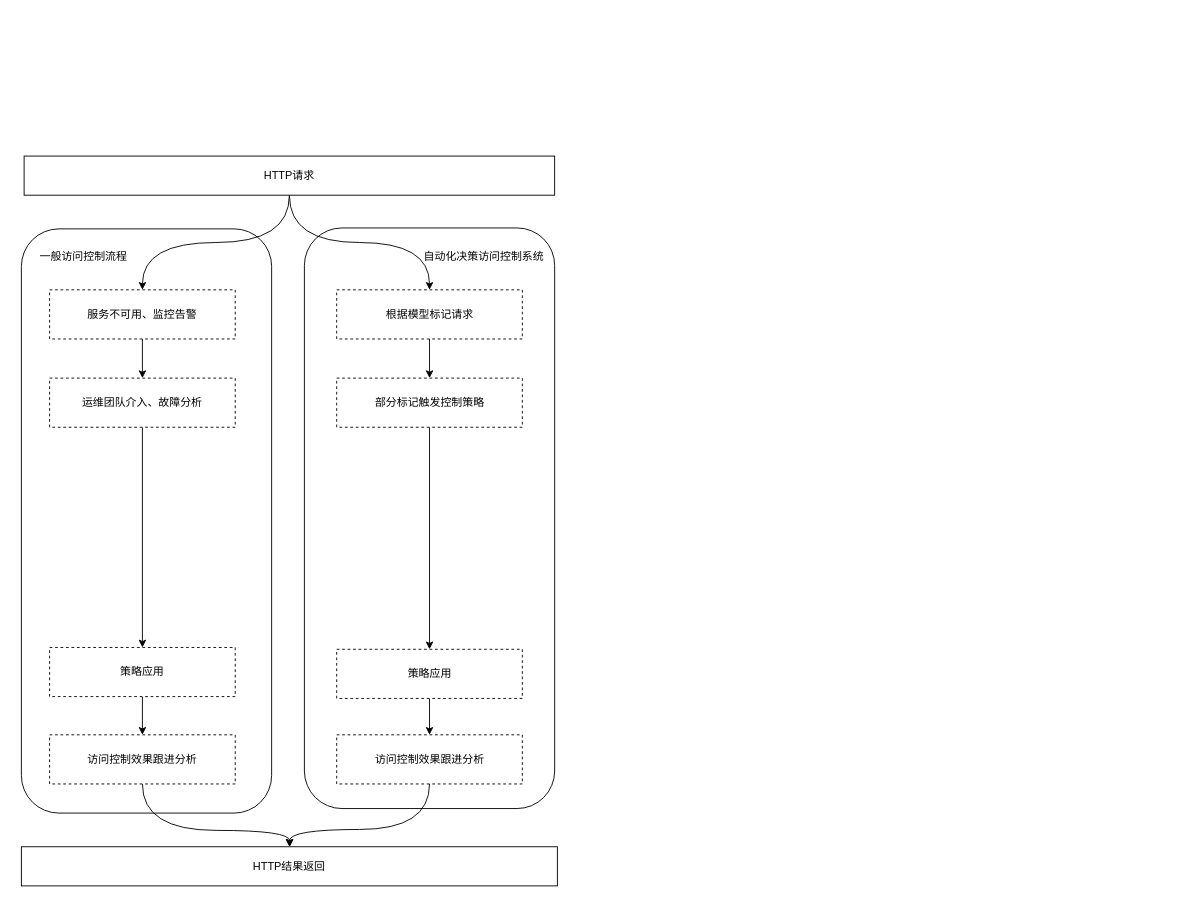
Above: page "第 1 页" (1 of 2) of 特征工程flow.drawio in HurryUpWb/pdf (draw.io), before the change. Source tidied: cells renumbered, new cells numbered last; positions are measured from the earlier drawing's top-left corner, leaving out a move shared by most shapes. Both pictures are drawn from the tidied source at 91%, with x=0, y=0 at pixel (21, 156).
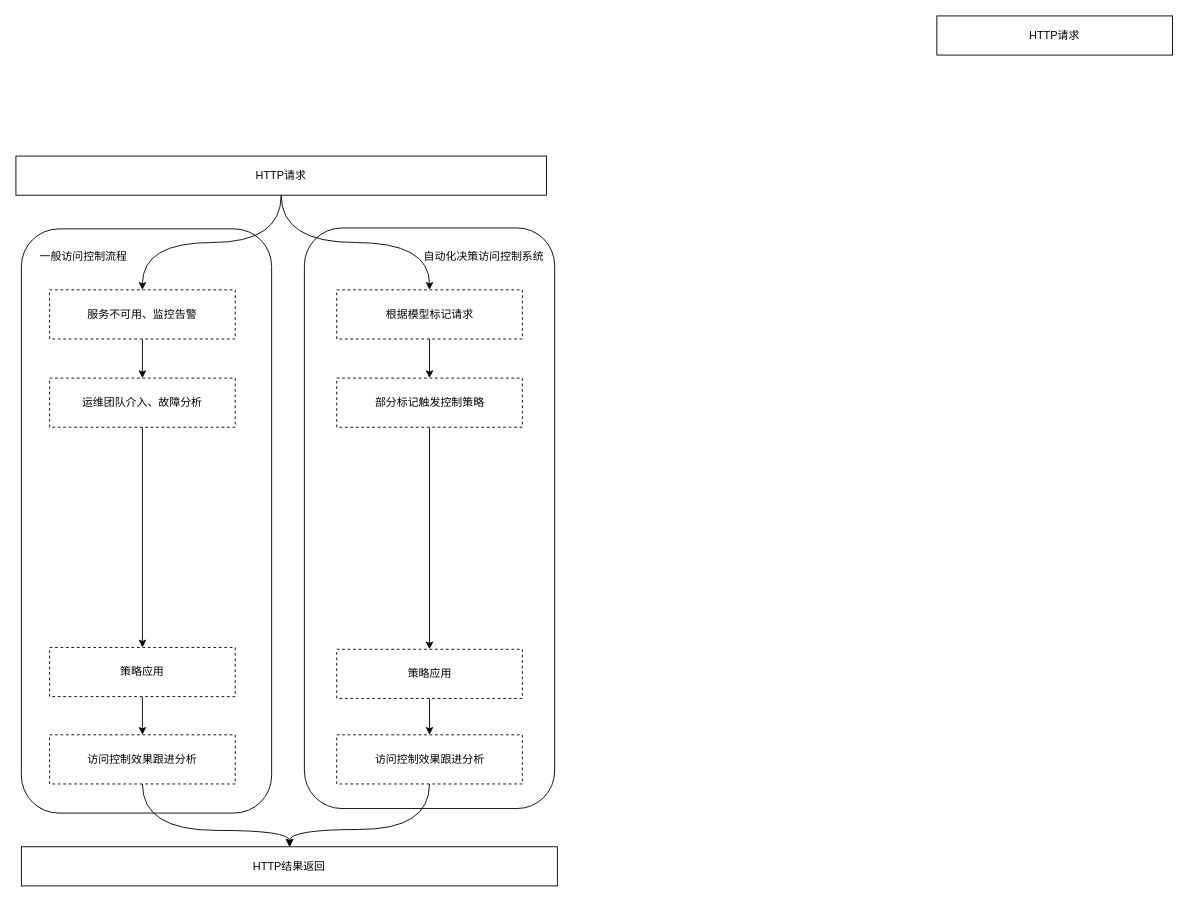
Above is the later version.

Commit message:
更新特征工程flow.drawio

Diff of the diagram source:
```diff
@@
     <mxCell id="6" value="HTTP请求" style="rounded=0;whiteSpace=wrap;html=1;" parent="1" vertex="1">
-      <mxGeometry x="3" width="583" height="43" as="geometry" />
+      <mxGeometry x="-6" width="583" height="43" as="geometry" />
     </mxCell>
@@
+    <mxCell id="26" value="HTTP请求" style="rounded=0;whiteSpace=wrap;html=1;" parent="1" vertex="1">
+      <mxGeometry x="1006" y="-154" width="259" height="43" as="geometry" />
+    </mxCell>
```
